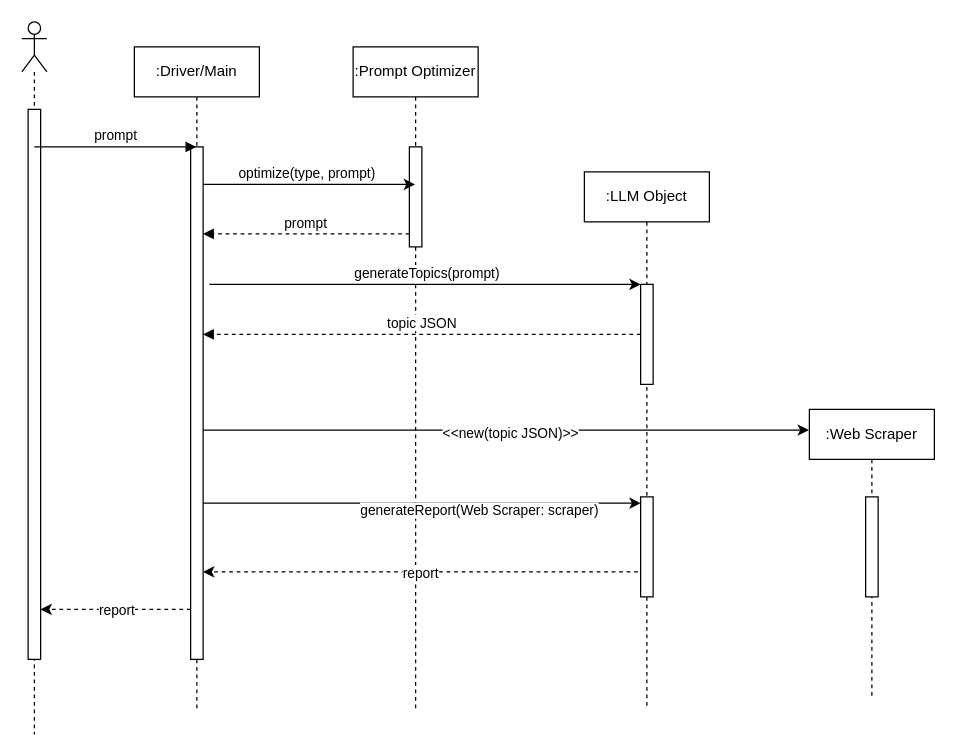
Before: InformationFlowSequence.drawio in IshaanTakrani/Raisearch, a draw.io diagram. Source tidied: cells renumbered, new cells numbered last; positions are measured from the earlier drawing's top-left corner, leaving out a move shared by most shapes. Both pictures are drawn from the tidied source at 125%, with x=0, y=0 at pixel (21, 21).
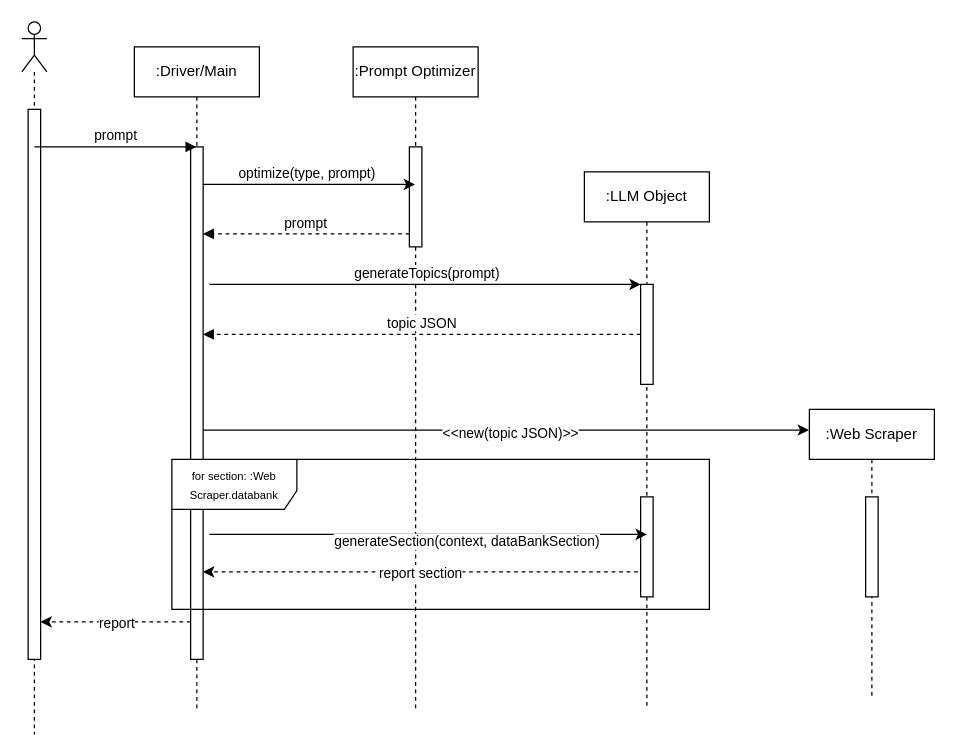
The same diagram, later.

The change refers to these unchanged cells:
```xml
<mxCell id="4" style="html=1;points=[[0,0,0,0,5],[0,1,0,0,-5],[1,0,0,0,5],[1,1,0,0,-5]];perimeter=orthogonalPerimeter;outlineConnect=0;targetShapes=umlLifeline;portConstraint=eastwest;newEdgeStyle={&quot;curved&quot;:0,&quot;rounded&quot;:0};" parent="2" vertex="1">
  <mxGeometry x="45" y="260" width="10" height="80" as="geometry" />
</mxCell>
<mxCell id="15" style="html=1;points=[[0,0,0,0,5],[0,1,0,0,-5],[1,0,0,0,5],[1,1,0,0,-5]];perimeter=orthogonalPerimeter;outlineConnect=0;targetShapes=umlLifeline;portConstraint=eastwest;newEdgeStyle={&quot;curved&quot;:0,&quot;rounded&quot;:0};" parent="14" vertex="1">
  <mxGeometry x="45" y="80" width="10" height="410" as="geometry" />
</mxCell>
<mxCell id="24" style="endArrow=classic;html=1;rounded=0;dashed=1;" parent="1" edge="1" target="15">
  <mxGeometry relative="1" as="geometry">
    <mxPoint x="492.8" y="440" as="sourcePoint" />
  </mxGeometry>
</mxCell>
```

The edit, as a diff of the source:
```diff
@@
-    <mxCell id="22" style="endArrow=classic;html=1;rounded=0;entryX=0;entryY=0;entryDx=0;entryDy=5;entryPerimeter=0;" parent="1" edge="1" source="15" target="4">
-      <mxGeometry relative="1" as="geometry" />
+    <mxCell id="22" style="endArrow=classic;html=1;rounded=0;entryX=0;entryY=0;entryDx=0;entryDy=5;entryPerimeter=0;" parent="1" edge="1">
+      <mxGeometry relative="1" as="geometry">
+        <mxPoint x="150" y="410" as="sourcePoint" />
+        <mxPoint x="500" y="410" as="targetPoint" />
+      </mxGeometry>
     </mxCell>
-    <mxCell id="23" value="generateReport(Web Scraper: scraper)" style="edgeLabel;html=1;align=center;verticalAlign=middle;" parent="22" vertex="1">
+    <mxCell id="23" value="generateSection(context, dataBankSection)" style="edgeLabel;html=1;align=center;verticalAlign=middle;" parent="22" vertex="1">
       <mxGeometry relative="1" as="geometry">
-        <mxPoint x="45" y="5" as="offset" />
+        <mxPoint x="30" y="5" as="offset" />
       </mxGeometry>
     </mxCell>
@@
-    <mxCell id="25" value="report" style="edgeLabel;html=1;align=center;verticalAlign=middle;" parent="24" vertex="1">
+    <mxCell id="25" value="report section" style="edgeLabel;html=1;align=center;verticalAlign=middle;" parent="24" vertex="1">
       <mxGeometry relative="1" as="geometry" />
     </mxCell>
     <mxCell id="26" style="endArrow=classic;html=1;rounded=0;dashed=1;" parent="1" edge="1">
       <mxGeometry relative="1" as="geometry">
-        <mxPoint x="135" y="470" as="sourcePoint" />
-        <mxPoint x="15" y="470" as="targetPoint" />
+        <mxPoint x="135" y="480" as="sourcePoint" />
+        <mxPoint x="15" y="480" as="targetPoint" />
       </mxGeometry>
     </mxCell>
@@
+    <mxCell id="28" value="&lt;font style=&quot;font-size: 9px;&quot;&gt;for section: :Web Scraper.databank&lt;br&gt;&lt;/font&gt;" style="shape=umlFrame;whiteSpace=wrap;html=1;width=100;height=40;" parent="1" vertex="1">
+      <mxGeometry x="120" y="350" width="430" height="120" as="geometry" />
+    </mxCell>
```
